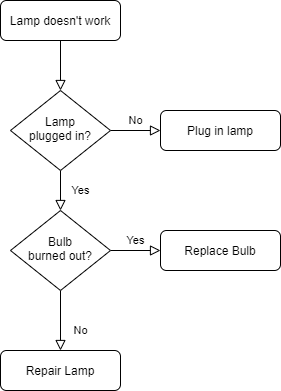
Above: Untitled Diagram.png in G-MAK-hub/confluence (draw.io), before the change. Source tidied: cells renumbered, new cells last; positions are measured from the earlier drawing's top-left corner, leaving out a move shared by most shapes. Source of this version:
```xml
<mxGraphModel>
  <root>
    <mxCell id="0" />
    <mxCell id="1" parent="0" />
    <mxCell id="2" style="rounded=0;html=1;jettySize=auto;fontSize=11;endArrow=block;endFill=0;endSize=8;strokeWidth=1;shadow=0;labelBackgroundColor=none;edgeStyle=orthogonalEdgeStyle;" parent="1" edge="1" source="3" target="6">
      <mxGeometry relative="1" as="geometry" />
    </mxCell>
    <mxCell id="3" value="Lamp doesn't work" style="rounded=1;whiteSpace=wrap;html=1;fontSize=12;glass=0;strokeWidth=1;shadow=0;" parent="1" vertex="1">
      <mxGeometry width="120" height="40" as="geometry" />
    </mxCell>
    <mxCell id="4" value="Yes" style="rounded=0;html=1;jettySize=auto;fontSize=11;endArrow=block;endFill=0;endSize=8;strokeWidth=1;shadow=0;labelBackgroundColor=none;edgeStyle=orthogonalEdgeStyle;" parent="1" edge="1" source="6" target="10">
      <mxGeometry y="20" relative="1" as="geometry" />
    </mxCell>
    <mxCell id="5" value="No" style="edgeStyle=orthogonalEdgeStyle;rounded=0;html=1;jettySize=auto;fontSize=11;endArrow=block;endFill=0;endSize=8;strokeWidth=1;shadow=0;labelBackgroundColor=none;" parent="1" edge="1" source="6" target="7">
      <mxGeometry y="10" relative="1" as="geometry" />
    </mxCell>
    <mxCell id="6" value="Lamp&lt;br&gt;plugged in?" style="rhombus;whiteSpace=wrap;html=1;shadow=0;fontFamily=Helvetica;fontSize=12;align=center;strokeWidth=1;spacing=6;spacingTop=-4;" parent="1" vertex="1">
      <mxGeometry x="10" y="90" width="100" height="80" as="geometry" />
    </mxCell>
    <mxCell id="7" value="Plug in lamp" style="rounded=1;whiteSpace=wrap;html=1;fontSize=12;glass=0;strokeWidth=1;shadow=0;" parent="1" vertex="1">
      <mxGeometry x="160" y="110" width="120" height="40" as="geometry" />
    </mxCell>
    <mxCell id="8" value="No" style="rounded=0;html=1;jettySize=auto;fontSize=11;endArrow=block;endFill=0;endSize=8;strokeWidth=1;shadow=0;labelBackgroundColor=none;edgeStyle=orthogonalEdgeStyle;" parent="1" edge="1" source="10" target="11">
      <mxGeometry x="0.33" y="20" relative="1" as="geometry" />
    </mxCell>
    <mxCell id="9" value="Yes" style="edgeStyle=orthogonalEdgeStyle;rounded=0;html=1;jettySize=auto;fontSize=11;endArrow=block;endFill=0;endSize=8;strokeWidth=1;shadow=0;labelBackgroundColor=none;" parent="1" edge="1" source="10" target="12">
      <mxGeometry y="10" relative="1" as="geometry" />
    </mxCell>
    <mxCell id="10" value="Bulb&lt;br&gt;burned out?" style="rhombus;whiteSpace=wrap;html=1;shadow=0;fontFamily=Helvetica;fontSize=12;align=center;strokeWidth=1;spacing=6;spacingTop=-4;" parent="1" vertex="1">
      <mxGeometry x="10" y="210" width="100" height="80" as="geometry" />
    </mxCell>
    <mxCell id="11" value="Repair Lamp" style="rounded=1;whiteSpace=wrap;html=1;fontSize=12;glass=0;strokeWidth=1;shadow=0;" parent="1" vertex="1">
      <mxGeometry y="350" width="120" height="40" as="geometry" />
    </mxCell>
    <mxCell id="12" value="Replace Bulb" style="rounded=1;whiteSpace=wrap;html=1;fontSize=12;glass=0;strokeWidth=1;shadow=0;" parent="1" vertex="1">
      <mxGeometry x="160" y="230" width="120" height="40" as="geometry" />
    </mxCell>
  </root>
</mxGraphModel>
```
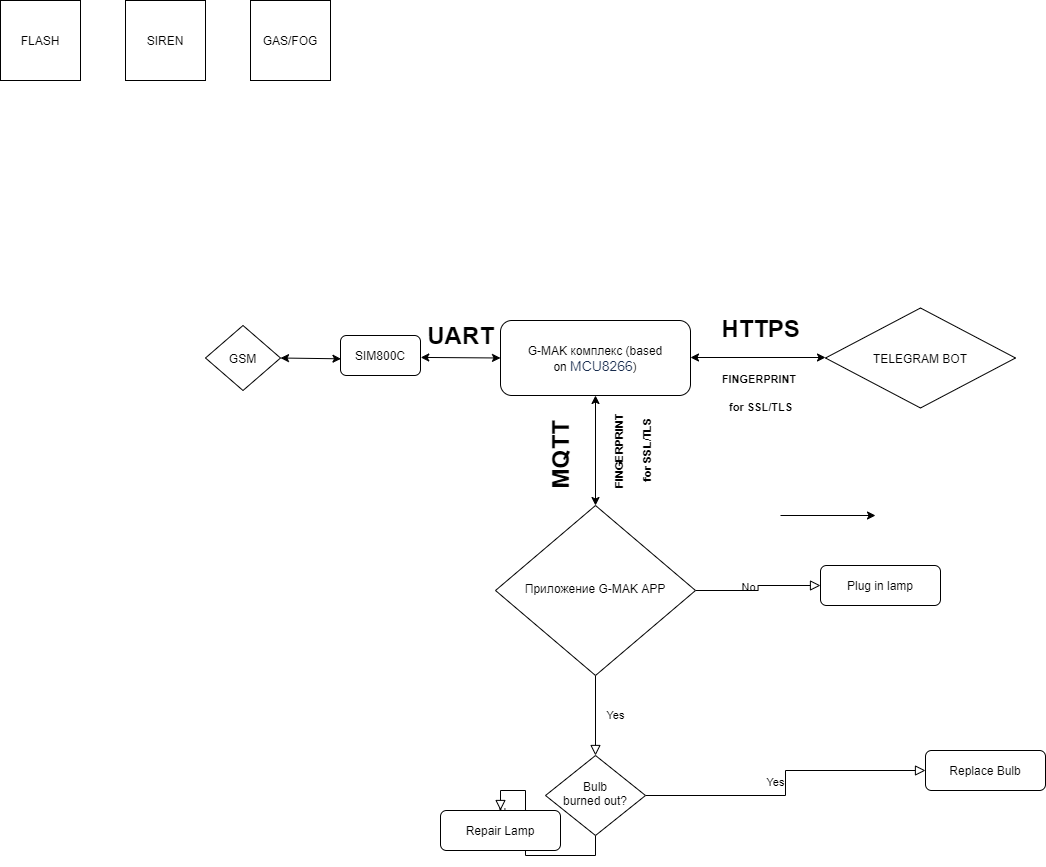
The same diagram one commit later.

Change to the diagram source:
```diff
@@ -2,11 +2,8 @@
   <root>
     <mxCell id="0" />
     <mxCell id="1" parent="0" />
-    <mxCell id="2" style="rounded=0;html=1;jettySize=auto;fontSize=11;endArrow=block;endFill=0;endSize=8;strokeWidth=1;shadow=0;labelBackgroundColor=none;edgeStyle=orthogonalEdgeStyle;" parent="1" edge="1" source="3" target="6">
-      <mxGeometry relative="1" as="geometry" />
-    </mxCell>
-    <mxCell id="3" value="Lamp doesn't work" style="rounded=1;whiteSpace=wrap;html=1;fontSize=12;glass=0;strokeWidth=1;shadow=0;" parent="1" vertex="1">
-      <mxGeometry width="120" height="40" as="geometry" />
+    <mxCell id="3" value="G-MAK комплекс (based on&amp;nbsp;&lt;span style=&quot;color: rgb(23 , 43 , 77) ; font-family: , &amp;#34;blinkmacsystemfont&amp;#34; , &amp;#34;segoe ui&amp;#34; , &amp;#34;roboto&amp;#34; , &amp;#34;noto sans&amp;#34; , &amp;#34;ubuntu&amp;#34; , &amp;#34;droid sans&amp;#34; , &amp;#34;helvetica neue&amp;#34; , sans-serif ; font-size: 14px ; letter-spacing: -0.07px ; text-align: left ; background-color: rgb(255 , 255 , 255)&quot;&gt;MCU8266&lt;/span&gt;)" style="rounded=1;whiteSpace=wrap;html=1;fontSize=12;glass=0;strokeWidth=1;shadow=0;" parent="1" vertex="1">
+      <mxGeometry x="80" y="-70" width="190" height="75" as="geometry" />
     </mxCell>
     <mxCell id="4" value="Yes" style="rounded=0;html=1;jettySize=auto;fontSize=11;endArrow=block;endFill=0;endSize=8;strokeWidth=1;shadow=0;labelBackgroundColor=none;edgeStyle=orthogonalEdgeStyle;" parent="1" edge="1" source="6" target="10">
       <mxGeometry y="20" relative="1" as="geometry" />
@@ -14,11 +11,11 @@
     <mxCell id="5" value="No" style="edgeStyle=orthogonalEdgeStyle;rounded=0;html=1;jettySize=auto;fontSize=11;endArrow=block;endFill=0;endSize=8;strokeWidth=1;shadow=0;labelBackgroundColor=none;" parent="1" edge="1" source="6" target="7">
       <mxGeometry y="10" relative="1" as="geometry" />
     </mxCell>
-    <mxCell id="6" value="Lamp&lt;br&gt;plugged in?" style="rhombus;whiteSpace=wrap;html=1;shadow=0;fontFamily=Helvetica;fontSize=12;align=center;strokeWidth=1;spacing=6;spacingTop=-4;" parent="1" vertex="1">
-      <mxGeometry x="10" y="90" width="100" height="80" as="geometry" />
+    <mxCell id="6" value="Приложение G-MAK APP" style="rhombus;whiteSpace=wrap;html=1;shadow=0;fontFamily=Helvetica;fontSize=12;align=center;strokeWidth=1;spacing=6;spacingTop=-4;" parent="1" vertex="1">
+      <mxGeometry x="75" y="115" width="200" height="170" as="geometry" />
     </mxCell>
     <mxCell id="7" value="Plug in lamp" style="rounded=1;whiteSpace=wrap;html=1;fontSize=12;glass=0;strokeWidth=1;shadow=0;" parent="1" vertex="1">
-      <mxGeometry x="160" y="110" width="120" height="40" as="geometry" />
+      <mxGeometry x="400" y="175" width="120" height="40" as="geometry" />
     </mxCell>
     <mxCell id="8" value="No" style="rounded=0;html=1;jettySize=auto;fontSize=11;endArrow=block;endFill=0;endSize=8;strokeWidth=1;shadow=0;labelBackgroundColor=none;edgeStyle=orthogonalEdgeStyle;" parent="1" edge="1" source="10" target="11">
       <mxGeometry x="0.33" y="20" relative="1" as="geometry" />
@@ -27,13 +24,69 @@
       <mxGeometry y="10" relative="1" as="geometry" />
     </mxCell>
     <mxCell id="10" value="Bulb&lt;br&gt;burned out?" style="rhombus;whiteSpace=wrap;html=1;shadow=0;fontFamily=Helvetica;fontSize=12;align=center;strokeWidth=1;spacing=6;spacingTop=-4;" parent="1" vertex="1">
-      <mxGeometry x="10" y="210" width="100" height="80" as="geometry" />
+      <mxGeometry x="125" y="365" width="100" height="80" as="geometry" />
     </mxCell>
     <mxCell id="11" value="Repair Lamp" style="rounded=1;whiteSpace=wrap;html=1;fontSize=12;glass=0;strokeWidth=1;shadow=0;" parent="1" vertex="1">
-      <mxGeometry y="350" width="120" height="40" as="geometry" />
+      <mxGeometry x="20" y="420" width="120" height="40" as="geometry" />
     </mxCell>
     <mxCell id="12" value="Replace Bulb" style="rounded=1;whiteSpace=wrap;html=1;fontSize=12;glass=0;strokeWidth=1;shadow=0;" parent="1" vertex="1">
-      <mxGeometry x="160" y="230" width="120" height="40" as="geometry" />
+      <mxGeometry x="505" y="360" width="120" height="40" as="geometry" />
     </mxCell>
+    <mxCell id="13" style="endArrow=classic;html=1;" parent="1" edge="1">
+      <mxGeometry relative="1" as="geometry">
+        <mxPoint x="360" y="125" as="sourcePoint" />
+        <mxPoint x="455" y="125" as="targetPoint" />
+      </mxGeometry>
+    </mxCell>
+    <mxCell id="14" style="endArrow=classic;startArrow=classic;html=1;entryX=0.5;entryY=1;entryDx=0;entryDy=0;" parent="1" edge="1" target="3">
+      <mxGeometry relative="1" as="geometry">
+        <mxPoint x="175" y="115" as="sourcePoint" />
+      </mxGeometry>
+    </mxCell>
+    <mxCell id="15" style="endArrow=classic;startArrow=classic;html=1;" parent="1" edge="1">
+      <mxGeometry relative="1" as="geometry">
+        <mxPoint x="270" y="-33" as="sourcePoint" />
+        <mxPoint x="405" y="-33" as="targetPoint" />
+      </mxGeometry>
+    </mxCell>
+    <mxCell id="16" value="TELEGRAM BOT" style="rhombus;whiteSpace=wrap;html=1;" parent="1" vertex="1">
+      <mxGeometry x="405" y="-82.5" width="190" height="100" as="geometry" />
+    </mxCell>
+    <mxCell id="17" value="HTTPS" style="text;strokeColor=none;fillColor=none;html=1;fontSize=24;fontStyle=1;verticalAlign=middle;align=center;" parent="1" vertex="1">
+      <mxGeometry x="290" y="-82.5" width="100" height="40" as="geometry" />
+    </mxCell>
+    <mxCell id="18" value="MQTT" style="text;strokeColor=none;fillColor=none;html=1;fontSize=24;fontStyle=1;verticalAlign=middle;align=center;rotation=-90;" parent="1" vertex="1">
+      <mxGeometry x="90" y="45" width="100" height="40" as="geometry" />
+    </mxCell>
+    <mxCell id="19" value="&lt;font style=&quot;font-size: 11px&quot;&gt;FINGERPRINT &lt;br&gt;for SSL/TLS&lt;/font&gt;" style="text;strokeColor=none;fillColor=none;html=1;fontSize=24;fontStyle=1;verticalAlign=middle;align=center;" parent="1" vertex="1">
+      <mxGeometry x="297.5" y="-22.5" width="85" height="40" as="geometry" />
+    </mxCell>
+    <mxCell id="20" value="&lt;font style=&quot;font-size: 11px&quot;&gt;FINGERPRINT &lt;br&gt;for SSL/TLS&lt;/font&gt;" style="text;strokeColor=none;fillColor=none;html=1;fontSize=24;fontStyle=1;verticalAlign=middle;align=center;rotation=-90;" parent="1" vertex="1">
+      <mxGeometry x="165" y="40" width="85" height="40" as="geometry" />
+    </mxCell>
+    <mxCell id="21" value="GSM" style="rhombus;whiteSpace=wrap;html=1;" parent="1" vertex="1">
+      <mxGeometry x="-215" y="-65" width="75" height="65" as="geometry" />
+    </mxCell>
+    <mxCell id="22" style="endArrow=classic;startArrow=classic;html=1;exitX=1;exitY=0.5;exitDx=0;exitDy=0;entryX=0.006;entryY=0.583;entryDx=0;entryDy=0;entryPerimeter=0;" parent="1" edge="1" source="21" target="23">
+      <mxGeometry relative="1" as="geometry" />
+    </mxCell>
+    <mxCell id="23" value="SIM800C" style="rounded=1;whiteSpace=wrap;html=1;" parent="1" vertex="1">
+      <mxGeometry x="-80" y="-55" width="80" height="40" as="geometry" />
+    </mxCell>
+    <mxCell id="24" style="endArrow=classic;startArrow=classic;html=1;exitX=1.003;exitY=0.548;exitDx=0;exitDy=0;entryX=0;entryY=0.5;entryDx=0;entryDy=0;exitPerimeter=0;" parent="1" edge="1" source="23" target="3">
+      <mxGeometry relative="1" as="geometry" />
+    </mxCell>
+    <mxCell id="25" value="UART" style="text;strokeColor=none;fillColor=none;html=1;fontSize=24;fontStyle=1;verticalAlign=middle;align=center;" parent="1" vertex="1">
+      <mxGeometry x="-10" y="-75" width="100" height="40" as="geometry" />
+    </mxCell>
+    <mxCell id="26" value="GAS/FOG" style="whiteSpace=wrap;html=1;" parent="1" vertex="1">
+      <mxGeometry x="-170" y="-390" width="80" height="80" as="geometry" />
+    </mxCell>
+    <mxCell id="27" value="SIREN" style="whiteSpace=wrap;html=1;" parent="1" vertex="1">
+      <mxGeometry x="-295" y="-390" width="80" height="80" as="geometry" />
+    </mxCell>
+    <mxCell id="28" value="FLASH" style="whiteSpace=wrap;html=1;" parent="1" vertex="1">
+      <mxGeometry x="-420" y="-390" width="80" height="80" as="geometry" />
+    </mxCell>
   </root>
 </mxGraphModel>
```
